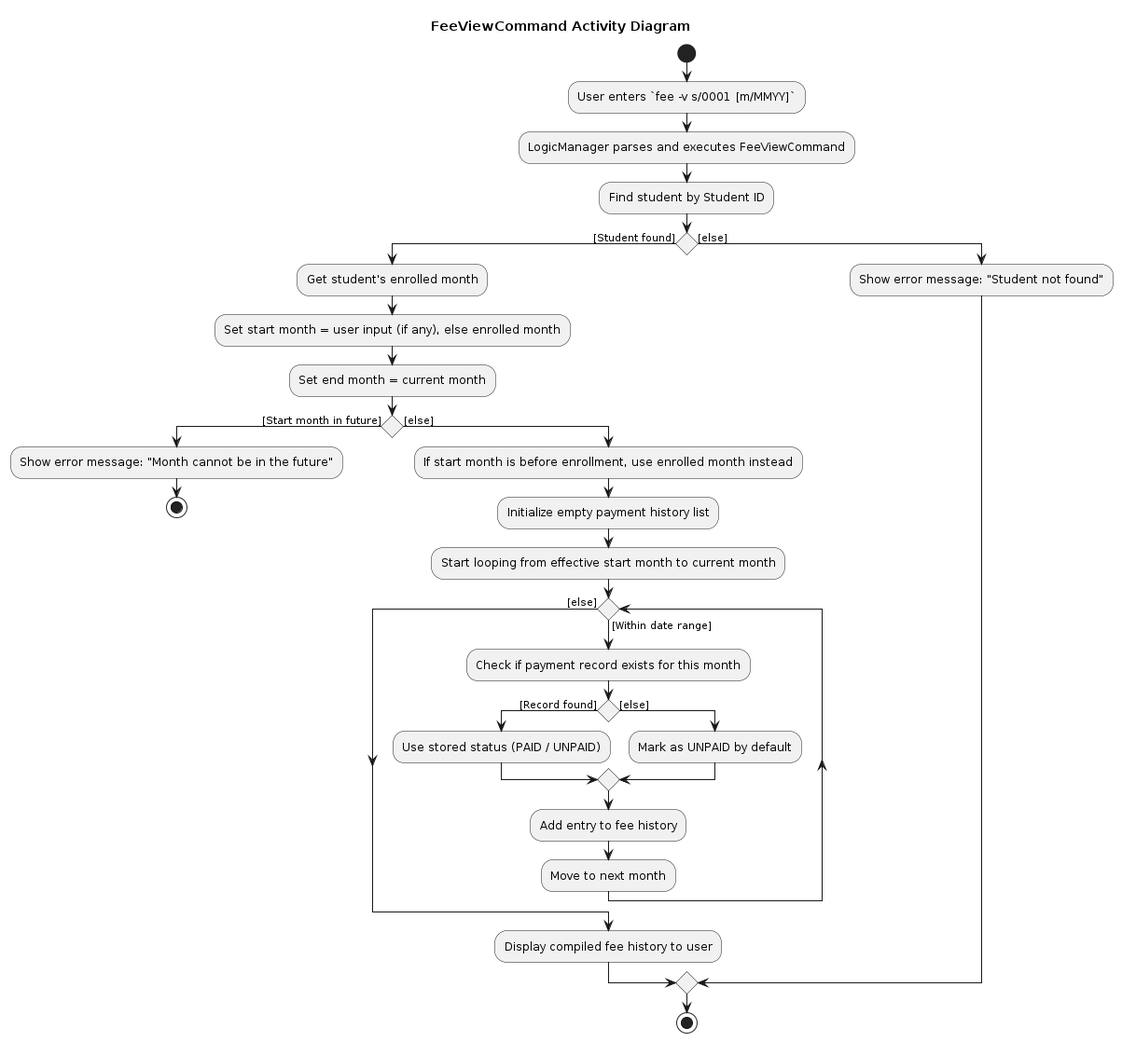
Earlier version of the PlantUML export diagrams/FeeViewActivityDiagram.png (eesyuen09/tp). Its source is kept beside it as diagrams/FeeViewActivityDiagram.puml.
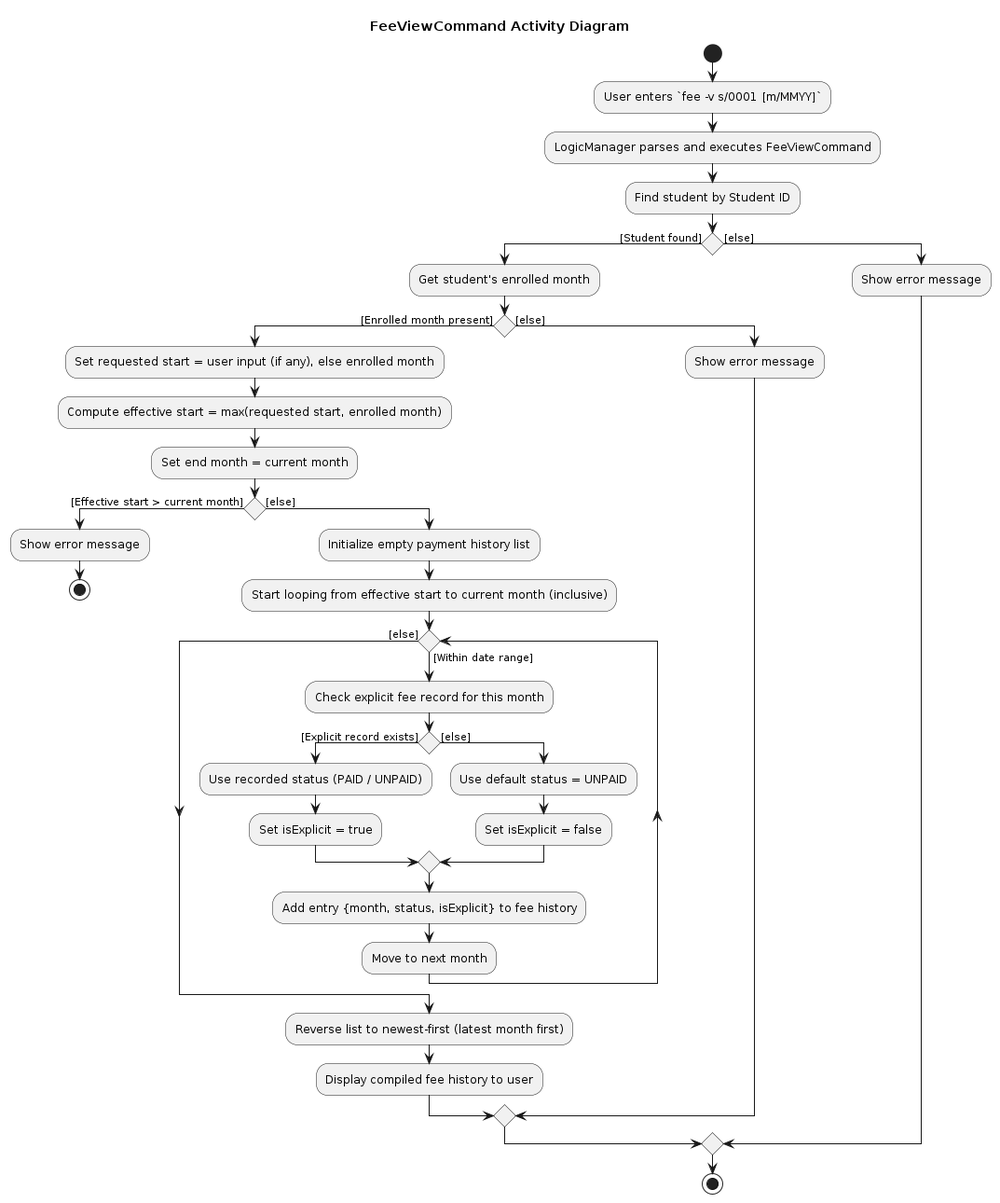
The same diagram one commit later.

The edit, as a diff of the source:
```diff
@@ -12,32 +12,39 @@
 :Find student by Student ID;
 if () then ([Student found])
   :Get student's enrolled month;
-  :Set start month = user input (if any), else enrolled month;
-  :Set end month = current month;
+  if () then ([Enrolled month present])
+    :Set requested start = user input (if any), else enrolled month;
+    :Compute effective start = max(requested start, enrolled month);
+    :Set end month = current month;
 
-  if () then ([Start month in future])
-    :Show error message: "Month cannot be in the future";
-    stop
+    if () then ([Effective start > current month])
+      :Show error message;
+      stop
+    else ([else])
+      :Initialize empty payment history list;
+      :Start looping from effective start to current month (inclusive);
+
+      while () is ([Within date range])
+        :Check explicit fee record for this month;
+        if () then ([Explicit record exists])
+          :Use recorded status (PAID / UNPAID);
+          :Set isExplicit = true;
+        else ([else])
+          :Use default status = UNPAID;
+          :Set isExplicit = false;
+        endif
+        :Add entry {month, status, isExplicit} to fee history;
+        :Move to next month;
+      endwhile ([else])
+
+      :Reverse list to newest-first (latest month first);
+      :Display compiled fee history to user;
+    endif
   else ([else])
-    :If start month is before enrollment, use enrolled month instead;
-    :Initialize empty payment history list;
-    :Start looping from effective start month to current month;
-
-    while () is ([Within date range])
-      :Check if payment record exists for this month;
-      if () then ([Record found])
-        :Use stored status (PAID / UNPAID);
-      else ([else])
-        :Mark as UNPAID by default;
-      endif
-      :Add entry to fee history;
-      :Move to next month;
-    endwhile ([else])
-
-    :Display compiled fee history to user;
+    :Show error message;
   endif
 else ([else])
-  :Show error message: "Student not found";
+  :Show error message;
 endif
 
 stop
```
